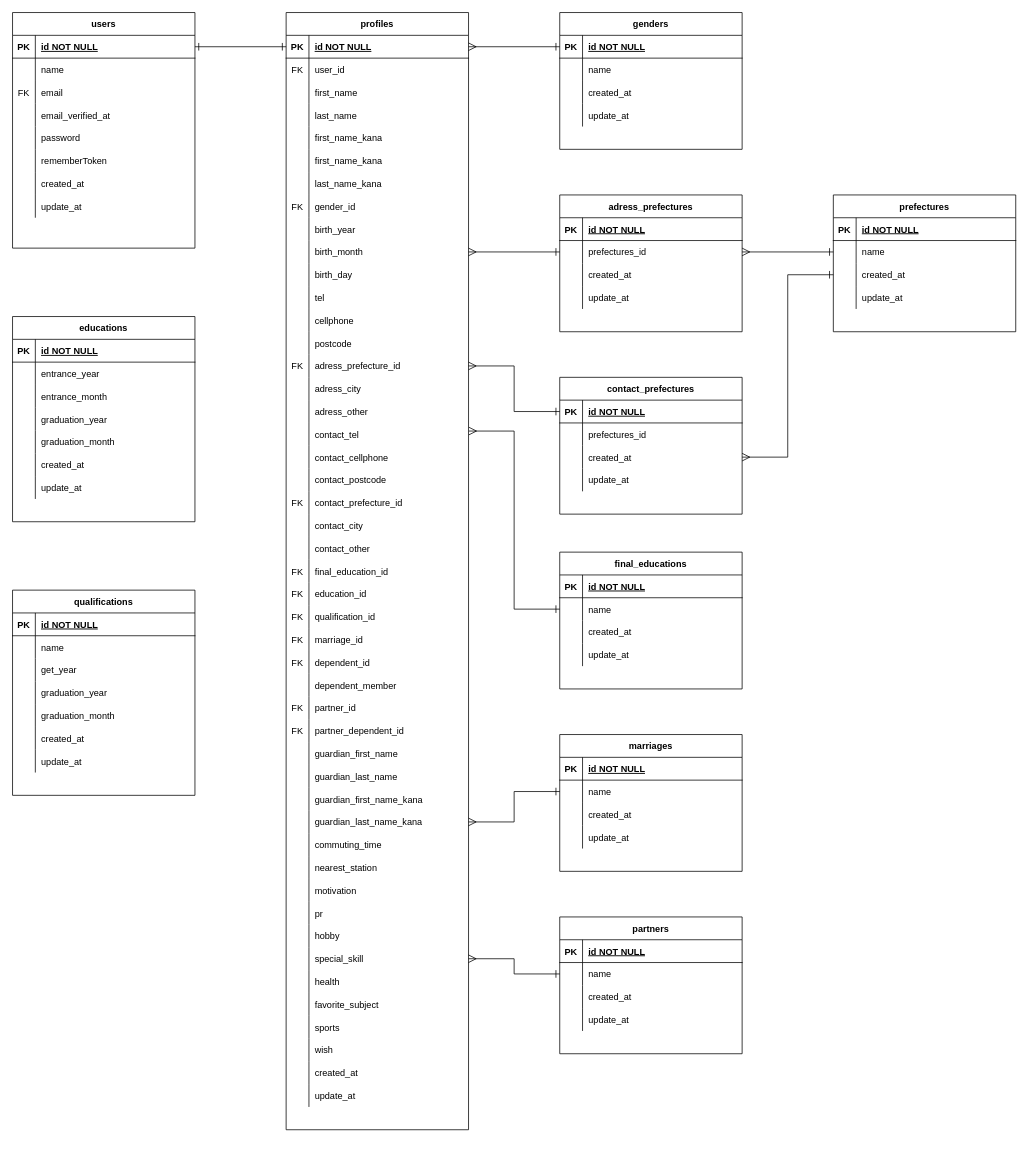
0gravity000/er001 keeps this draw.io diagram as resume_01.drawio. Above is the earlier version. Source tidied: cells renumbered, new cells numbered last; positions are measured from the earlier drawing's top-left corner, leaving out a move shared by most shapes. Both pictures are drawn from the tidied source at 76%, with x=0, y=0 at pixel (12, 12).
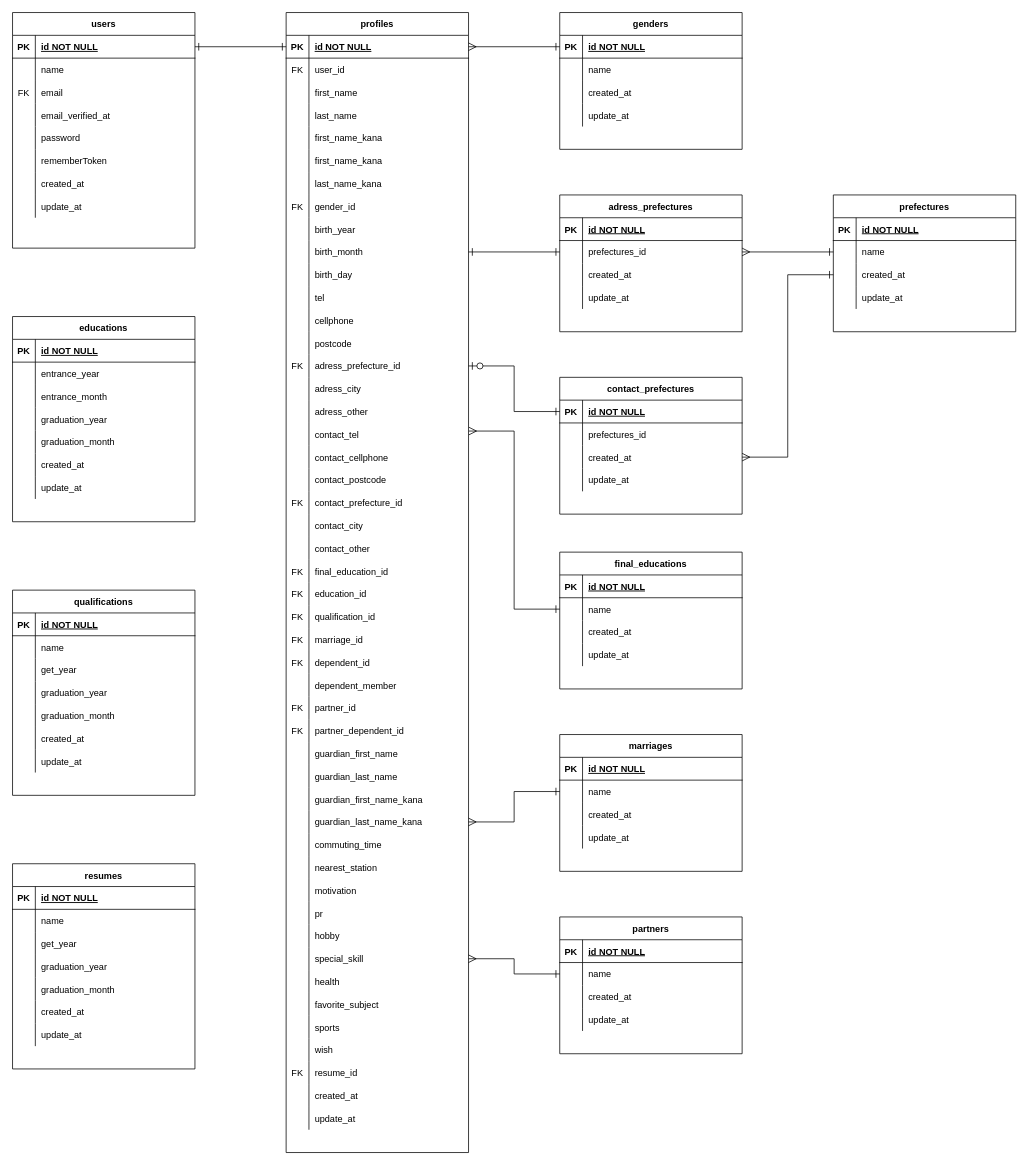
The same diagram, later.

Unchanged cells that the change refers to:
```xml
<mxCell id="55" style="shape=partialRectangle;fillColor=none;top=0;left=0;bottom=0;right=0;points=[[0,0.5],[1,0.5]];portConstraint=eastwest;" parent="27" vertex="1">
  <mxGeometry y="300" width="240" height="30" as="geometry" />
</mxCell>
<mxCell id="70" style="shape=partialRectangle;fillColor=none;top=0;left=0;bottom=0;right=0;points=[[0,0.5],[1,0.5]];portConstraint=eastwest;" parent="27" vertex="1">
  <mxGeometry y="450" width="240" height="30" as="geometry" />
</mxCell>
<mxCell id="186" style="shape=partialRectangle;fillColor=none;top=0;left=0;bottom=0;right=0;points=[[0,0.5],[1,0.5]];portConstraint=eastwest;" parent="182" vertex="1">
  <mxGeometry y="60" width="240" height="30" as="geometry" />
</mxCell>
<mxCell id="298" style="shape=partialRectangle;fillColor=none;top=0;left=0;bottom=1;right=0;points=[[0,0.5],[1,0.5]];portConstraint=eastwest;" parent="297" vertex="1">
  <mxGeometry y="30" width="240" height="30" as="geometry" />
</mxCell>
```

Diff of the diagram source:
```diff
@@
     <mxCell id="27" value="profiles" style="shape=table;startSize=30;childLayout=tableLayout;rowLines=0;fontStyle=1;align=center;" parent="1" vertex="1">
-      <mxGeometry x="360" width="240" height="1470" as="geometry" />
+      <mxGeometry x="360" width="240" height="1500" as="geometry" />
     </mxCell>
@@
+    <mxCell id="313" style="shape=partialRectangle;fillColor=none;top=0;left=0;bottom=0;right=0;" parent="27" vertex="1">
+      <mxGeometry y="1380" width="240" height="30" as="geometry" />
+    </mxCell>
+    <mxCell id="314" value="FK" style="shape=partialRectangle;fillColor=none;top=0;left=0;bottom=0;right=0;overflow=hidden;" parent="313" vertex="1">
+      <mxGeometry width="30" height="30" as="geometry" />
+    </mxCell>
+    <mxCell id="315" value="resume_id" style="shape=partialRectangle;fillColor=none;top=0;left=0;bottom=0;right=0;align=left;spacingLeft=6;overflow=hidden;" parent="313" vertex="1">
+      <mxGeometry x="30" width="210" height="30" as="geometry" />
+    </mxCell>
     <mxCell id="163" style="shape=partialRectangle;fillColor=none;top=0;left=0;bottom=0;right=0;" parent="27" vertex="1">
-      <mxGeometry y="1380" width="240" height="30" as="geometry" />
+      <mxGeometry y="1410" width="240" height="30" as="geometry" />
     </mxCell>
@@
     <mxCell id="166" style="shape=partialRectangle;fillColor=none;top=0;left=0;bottom=0;right=0;" parent="27" vertex="1">
-      <mxGeometry y="1410" width="240" height="30" as="geometry" />
+      <mxGeometry y="1440" width="240" height="30" as="geometry" />
     </mxCell>
@@
-    <mxCell id="280" style="edgeStyle=orthogonalEdgeStyle;rounded=0;jettySize=auto;html=1;exitX=1;exitY=0.5;exitDx=0;exitDy=0;entryX=0;entryY=0.5;entryDx=0;entryDy=0;startArrow=ERmany;startFill=0;endArrow=ERone;endFill=0;startSize=8;endSize=8;" parent="1" edge="1" source="55" target="186">
+    <mxCell id="280" style="edgeStyle=orthogonalEdgeStyle;rounded=0;jettySize=auto;html=1;exitX=1;exitY=0.5;exitDx=0;exitDy=0;entryX=0;entryY=0.5;entryDx=0;entryDy=0;startArrow=ERone;startFill=0;endArrow=ERone;endFill=0;startSize=8;endSize=8;" parent="1" edge="1" source="55" target="186">
       <mxGeometry relative="1" as="geometry" />
     </mxCell>
@@
-    <mxCell id="310" style="edgeStyle=orthogonalEdgeStyle;rounded=0;jettySize=auto;html=1;exitX=1;exitY=0.5;exitDx=0;exitDy=0;startArrow=ERmany;startFill=0;endArrow=ERone;endFill=0;startSize=8;endSize=8;" parent="1" edge="1" source="70" target="298">
+    <mxCell id="310" style="edgeStyle=orthogonalEdgeStyle;rounded=0;jettySize=auto;html=1;exitX=1;exitY=0.5;exitDx=0;exitDy=0;startArrow=ERzeroToOne;startFill=1;endArrow=ERone;endFill=0;startSize=8;endSize=8;" parent="1" edge="1" source="70" target="298">
       <mxGeometry relative="1" as="geometry" />
     </mxCell>
@@
+    <mxCell id="316" value="resumes" style="shape=table;startSize=30;childLayout=tableLayout;rowLines=0;fontStyle=1;align=center;" parent="1" vertex="1">
+      <mxGeometry y="1120" width="240" height="270" as="geometry" />
+    </mxCell>
+    <mxCell id="317" style="shape=partialRectangle;fillColor=none;top=0;left=0;bottom=1;right=0;" parent="316" vertex="1">
+      <mxGeometry y="30" width="240" height="30" as="geometry" />
+    </mxCell>
+    <mxCell id="318" value="PK" style="shape=partialRectangle;fillColor=none;top=0;left=0;bottom=0;right=0;fontStyle=1;overflow=hidden;" parent="317" vertex="1">
+      <mxGeometry width="30" height="30" as="geometry" />
+    </mxCell>
+    <mxCell id="319" value="id NOT NULL" style="shape=partialRectangle;fillColor=none;top=0;left=0;bottom=0;right=0;align=left;spacingLeft=6;fontStyle=5;overflow=hidden;" parent="317" vertex="1">
+      <mxGeometry x="30" width="210" height="30" as="geometry" />
+    </mxCell>
+    <mxCell id="320" style="shape=partialRectangle;fillColor=none;top=0;left=0;bottom=0;right=0;" parent="316" vertex="1">
+      <mxGeometry y="60" width="240" height="30" as="geometry" />
+    </mxCell>
+    <mxCell id="321" style="shape=partialRectangle;fillColor=none;top=0;left=0;bottom=0;right=0;overflow=hidden;" parent="320" vertex="1">
+      <mxGeometry width="30" height="30" as="geometry" />
+    </mxCell>
+    <mxCell id="322" value="name" style="shape=partialRectangle;fillColor=none;top=0;left=0;bottom=0;right=0;align=left;spacingLeft=6;overflow=hidden;" parent="320" vertex="1">
+      <mxGeometry x="30" width="210" height="30" as="geometry" />
+    </mxCell>
+    <mxCell id="323" style="shape=partialRectangle;fillColor=none;top=0;left=0;bottom=0;right=0;" parent="316" vertex="1">
+      <mxGeometry y="90" width="240" height="30" as="geometry" />
+    </mxCell>
+    <mxCell id="324" style="shape=partialRectangle;fillColor=none;top=0;left=0;bottom=0;right=0;overflow=hidden;" parent="323" vertex="1">
+      <mxGeometry width="30" height="30" as="geometry" />
+    </mxCell>
+    <mxCell id="325" value="get_year" style="shape=partialRectangle;fillColor=none;top=0;left=0;bottom=0;right=0;align=left;spacingLeft=6;overflow=hidden;" parent="323" vertex="1">
+      <mxGeometry x="30" width="210" height="30" as="geometry" />
+    </mxCell>
+    <mxCell id="326" style="shape=partialRectangle;fillColor=none;top=0;left=0;bottom=0;right=0;" parent="316" vertex="1">
+      <mxGeometry y="120" width="240" height="30" as="geometry" />
+    </mxCell>
+    <mxCell id="327" style="shape=partialRectangle;fillColor=none;top=0;left=0;bottom=0;right=0;overflow=hidden;" parent="326" vertex="1">
+      <mxGeometry width="30" height="30" as="geometry" />
+    </mxCell>
+    <mxCell id="328" value="graduation_year" style="shape=partialRectangle;fillColor=none;top=0;left=0;bottom=0;right=0;align=left;spacingLeft=6;overflow=hidden;" parent="326" vertex="1">
+      <mxGeometry x="30" width="210" height="30" as="geometry" />
+    </mxCell>
+    <mxCell id="329" style="shape=partialRectangle;fillColor=none;top=0;left=0;bottom=0;right=0;" parent="316" vertex="1">
+      <mxGeometry y="150" width="240" height="30" as="geometry" />
+    </mxCell>
+    <mxCell id="330" style="shape=partialRectangle;fillColor=none;top=0;left=0;bottom=0;right=0;overflow=hidden;" parent="329" vertex="1">
+      <mxGeometry width="30" height="30" as="geometry" />
+    </mxCell>
+    <mxCell id="331" value="graduation_month" style="shape=partialRectangle;fillColor=none;top=0;left=0;bottom=0;right=0;align=left;spacingLeft=6;overflow=hidden;" parent="329" vertex="1">
+      <mxGeometry x="30" width="210" height="30" as="geometry" />
+    </mxCell>
+    <mxCell id="332" style="shape=partialRectangle;fillColor=none;top=0;left=0;bottom=0;right=0;" parent="316" vertex="1">
+      <mxGeometry y="180" width="240" height="30" as="geometry" />
+    </mxCell>
+    <mxCell id="333" style="shape=partialRectangle;fillColor=none;top=0;left=0;bottom=0;right=0;overflow=hidden;" parent="332" vertex="1">
+      <mxGeometry width="30" height="30" as="geometry" />
+    </mxCell>
+    <mxCell id="334" value="created_at" style="shape=partialRectangle;fillColor=none;top=0;left=0;bottom=0;right=0;align=left;spacingLeft=6;overflow=hidden;" parent="332" vertex="1">
+      <mxGeometry x="30" width="210" height="30" as="geometry" />
+    </mxCell>
+    <mxCell id="335" style="shape=partialRectangle;fillColor=none;top=0;left=0;bottom=0;right=0;" parent="316" vertex="1">
+      <mxGeometry y="210" width="240" height="30" as="geometry" />
+    </mxCell>
+    <mxCell id="336" style="shape=partialRectangle;fillColor=none;top=0;left=0;bottom=0;right=0;overflow=hidden;" parent="335" vertex="1">
+      <mxGeometry width="30" height="30" as="geometry" />
+    </mxCell>
+    <mxCell id="337" value="update_at" style="shape=partialRectangle;fillColor=none;top=0;left=0;bottom=0;right=0;align=left;spacingLeft=6;overflow=hidden;" parent="335" vertex="1">
+      <mxGeometry x="30" width="210" height="30" as="geometry" />
+    </mxCell>
```
